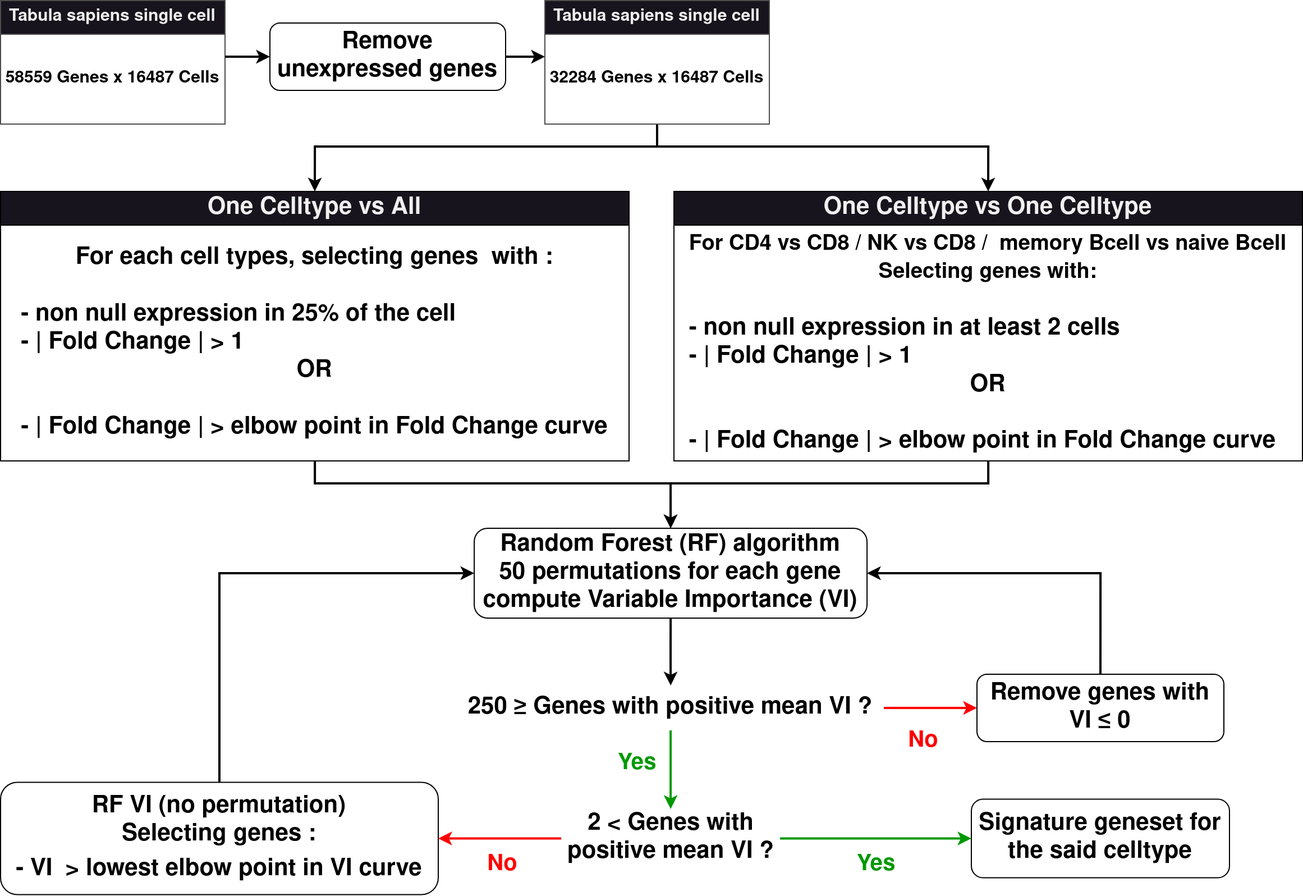
This is doc/Diapo_pathseq-TabulaSapiens.drawio.png from acolajanni/Signature_matrix_TabulaSapiens, a draw.io export, as it was before one commit. Source tidied: cells renumbered, new cells last; positions are measured from the earlier drawing's top-left corner, leaving out a move shared by most shapes.
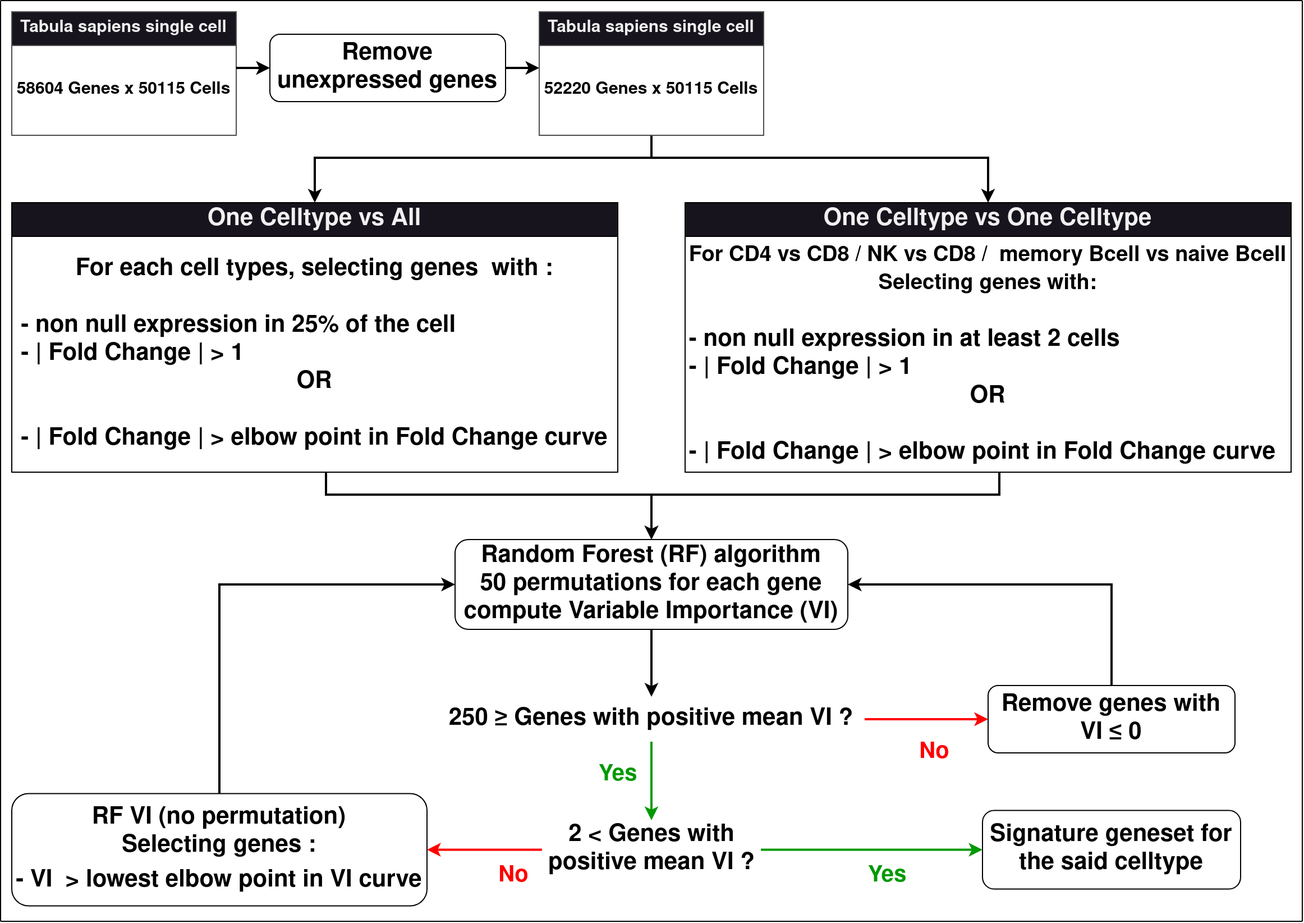
After the commit.

The edit, as a diff of the source:
```diff
@@ -6,31 +6,32 @@
       <mxGeometry relative="1" as="geometry" />
     </mxCell>
     <mxCell id="3" value="&lt;font style=&quot;font-size: 21px;&quot;&gt;&lt;b style=&quot;font-size: 21px;&quot;&gt;Remove unexpressed genes&lt;br style=&quot;font-size: 21px;&quot;&gt;&lt;/b&gt;&lt;/font&gt;" style="rounded=1;whiteSpace=wrap;html=1;fillColor=none;strokeColor=#000000;align=center;verticalAlign=middle;fontColor=#000000;fontSize=21;" parent="1" vertex="1">
-      <mxGeometry x="240" y="20" width="210" height="60" as="geometry" />
+      <mxGeometry x="230" y="20" width="210" height="60" as="geometry" />
     </mxCell>
     <mxCell id="4" style="edgeStyle=orthogonalEdgeStyle;rounded=0;jettySize=auto;html=1;entryX=0.5;entryY=0;entryDx=0;entryDy=0;strokeColor=#000000;strokeWidth=2;" parent="1" edge="1" source="5" target="7">
       <mxGeometry relative="1" as="geometry">
         <Array as="points">
           <mxPoint x="280" y="430" />
-          <mxPoint x="597" y="430" />
+          <mxPoint x="570" y="430" />
         </Array>
       </mxGeometry>
     </mxCell>
     <mxCell id="5" value="&lt;div style=&quot;font-size: 21px;&quot;&gt;&lt;font style=&quot;font-size: 21px;&quot;&gt;&lt;b style=&quot;font-size: 21px;&quot;&gt;For each cell types, selecting genes&amp;nbsp; with :&lt;/b&gt;&lt;/font&gt;&lt;/div&gt;&lt;div style=&quot;font-size: 21px;&quot; align=&quot;left&quot;&gt;&lt;font style=&quot;font-size: 16px;&quot;&gt;&lt;b style=&quot;&quot;&gt;&lt;br&gt;&lt;/b&gt;&lt;/font&gt;&lt;/div&gt;&lt;div style=&quot;font-size: 21px;&quot; align=&quot;left&quot;&gt;&lt;font style=&quot;font-size: 21px;&quot;&gt;&lt;b style=&quot;font-size: 21px;&quot;&gt;- non null expression in 25% of the cell&lt;/b&gt;&lt;/font&gt;&lt;/div&gt;&lt;div style=&quot;font-size: 21px;&quot; align=&quot;left&quot;&gt;&lt;font style=&quot;font-size: 21px;&quot;&gt;&lt;b style=&quot;font-size: 21px;&quot;&gt;- &lt;/b&gt;&lt;/font&gt;&lt;font style=&quot;font-size: 21px;&quot;&gt;&lt;b style=&quot;font-size: 21px;&quot;&gt;| Fold Change | &amp;gt; 1 &lt;/b&gt;&lt;/font&gt;&lt;/div&gt;&lt;font style=&quot;font-size: 21px;&quot;&gt;&lt;b style=&quot;font-size: 21px;&quot;&gt;OR &lt;/b&gt;&lt;/font&gt;&lt;br style=&quot;font-size: 21px;&quot;&gt;&lt;br style=&quot;font-size: 21px;&quot;&gt;&lt;div style=&quot;font-size: 21px;&quot; align=&quot;left&quot;&gt;&lt;font style=&quot;font-size: 21px;&quot;&gt;&lt;b style=&quot;font-size: 21px;&quot;&gt;- | Fold Change | &amp;gt; elbow point in Fold Change curve&lt;/b&gt;&lt;/font&gt;&lt;br style=&quot;font-size: 21px;&quot;&gt;&lt;/div&gt;" style="rounded=0;whiteSpace=wrap;html=1;fillColor=none;strokeColor=#000000;align=center;verticalAlign=middle;fontColor=#000000;fontSize=21;glass=0;" parent="1" vertex="1">
-      <mxGeometry y="200" width="560" height="210" as="geometry" />
+      <mxGeometry y="200" width="540" height="210" as="geometry" />
     </mxCell>
     <mxCell id="6" style="edgeStyle=orthogonalEdgeStyle;rounded=0;jettySize=auto;html=1;exitX=0.5;exitY=1;exitDx=0;exitDy=0;entryX=0.5;entryY=0;entryDx=0;entryDy=0;strokeColor=#000000;strokeWidth=2;" parent="1" edge="1" source="7" target="13">
       <mxGeometry relative="1" as="geometry">
         <Array as="points">
-          <mxPoint x="597" y="580" />
+          <mxPoint x="570" y="590" />
+          <mxPoint x="570" y="590" />
         </Array>
       </mxGeometry>
     </mxCell>
     <mxCell id="7" value="&lt;div style=&quot;font-size: 21px;&quot;&gt;&lt;font style=&quot;font-size: 21px;&quot;&gt;&lt;b style=&quot;font-size: 21px;&quot;&gt;Random Forest (RF) algorithm&lt;br style=&quot;font-size: 21px;&quot;&gt;&lt;/b&gt;&lt;/font&gt;&lt;/div&gt;&lt;div style=&quot;font-size: 21px;&quot;&gt;&lt;font style=&quot;font-size: 21px;&quot;&gt;&lt;b style=&quot;font-size: 21px;&quot;&gt;50 permutations for each gene compute Variable Importance (VI)&lt;br style=&quot;font-size: 21px;&quot;&gt;&lt;/b&gt;&lt;/font&gt;&lt;/div&gt;" style="rounded=1;whiteSpace=wrap;html=1;fillColor=none;strokeColor=#000000;align=center;verticalAlign=middle;fontColor=#000000;fontSize=21;" parent="1" vertex="1">
-      <mxGeometry x="422" y="470" width="350" height="80" as="geometry" />
+      <mxGeometry x="395" y="470" width="350" height="80" as="geometry" />
     </mxCell>
     <mxCell id="8" value="&lt;font style=&quot;font-size: 20px;&quot; color=&quot;#009900&quot;&gt;&lt;b&gt;Yes&lt;/b&gt;&lt;/font&gt;" style="text;html=1;align=center;verticalAlign=middle;strokeColor=none;fillColor=none;fontColor=#000000;" parent="1" vertex="1">
-      <mxGeometry x="537" y="660" width="60" height="40" as="geometry" />
+      <mxGeometry x="510" y="660" width="60" height="40" as="geometry" />
     </mxCell>
     <mxCell id="9" style="edgeStyle=orthogonalEdgeStyle;rounded=0;jettySize=auto;fontColor=#000000;labelBackgroundColor=none;labelBorderColor=none;strokeColor=#009900;fontSize=21;exitX=0.5;exitY=1;exitDx=0;exitDy=0;entryX=0.5;entryY=0;entryDx=0;entryDy=0;strokeWidth=2;" parent="1" edge="1" source="13" target="18">
       <mxGeometry relative="1" as="geometry" />
@@ -41,15 +42,15 @@
     <mxCell id="11" style="edgeStyle=orthogonalEdgeStyle;rounded=0;jettySize=auto;html=1;entryX=0;entryY=0.5;entryDx=0;entryDy=0;strokeColor=#000000;strokeWidth=2;exitX=0.5;exitY=0;exitDx=0;exitDy=0;" parent="1" edge="1" source="12" target="7">
       <mxGeometry relative="1" as="geometry">
         <Array as="points">
-          <mxPoint x="195" y="510" />
+          <mxPoint x="185" y="510" />
         </Array>
       </mxGeometry>
     </mxCell>
     <mxCell id="12" value="&lt;div&gt;&lt;b&gt;RF VI (no permutation) &lt;br&gt;&lt;/b&gt;&lt;/div&gt;&lt;div&gt;&lt;b&gt;Selecting genes : &lt;br&gt;&lt;/b&gt;&lt;/div&gt;&lt;div style=&quot;font-size: 5px;&quot;&gt;&lt;b&gt;&lt;br&gt;&lt;/b&gt;&lt;/div&gt;&lt;div&gt;&lt;b&gt;- VI&amp;nbsp; &amp;gt; &lt;/b&gt;&lt;font style=&quot;font-size: 21px;&quot;&gt;&lt;b style=&quot;font-size: 21px;&quot;&gt;lowest elbow point in VI curve&lt;br&gt;&lt;/b&gt;&lt;/font&gt;&lt;/div&gt;" style="rounded=1;whiteSpace=wrap;html=1;fillColor=none;strokeColor=#000000;align=center;verticalAlign=middle;fontColor=#000000;fontSize=21;" parent="1" vertex="1">
-      <mxGeometry y="696.2" width="390" height="100" as="geometry" />
+      <mxGeometry y="696.2" width="370" height="100" as="geometry" />
     </mxCell>
     <mxCell id="13" value="&lt;div style=&quot;font-size: 21px;&quot;&gt;&lt;font style=&quot;font-size: 21px;&quot; color=&quot;#000000&quot;&gt;&lt;b style=&quot;font-size: 21px;&quot;&gt;250 ≥ &lt;/b&gt;&lt;/font&gt;&lt;font style=&quot;font-size: 21px;&quot; color=&quot;#000000&quot;&gt;&lt;b style=&quot;font-size: 21px;&quot;&gt;Genes with positive mean VI ?&lt;br&gt;&lt;/b&gt;&lt;/font&gt;&lt;/div&gt;" style="rounded=1;whiteSpace=wrap;html=1;fillColor=none;strokeColor=none;" parent="1" vertex="1">
-      <mxGeometry x="407" y="610" width="380" height="40" as="geometry" />
+      <mxGeometry x="380" y="610" width="380" height="40" as="geometry" />
     </mxCell>
     <mxCell id="14" style="edgeStyle=orthogonalEdgeStyle;rounded=0;jettySize=auto;html=1;entryX=1;entryY=0.5;entryDx=0;entryDy=0;strokeColor=#000000;strokeWidth=2;exitX=0.5;exitY=0;exitDx=0;exitDy=0;" parent="1" edge="1" source="15" target="7">
       <mxGeometry relative="1" as="geometry">
@@ -73,7 +74,7 @@
       <mxGeometry x="865" y="711.2" width="230" height="70" as="geometry" />
     </mxCell>
     <mxCell id="18" value="&lt;font style=&quot;font-size: 21px;&quot;&gt;&lt;b&gt;2 &lt;/b&gt;&lt;/font&gt;&lt;b&gt;&amp;lt;&lt;/b&gt;&lt;font style=&quot;font-size: 21px;&quot;&gt;&lt;b style=&quot;font-size: 21px;&quot;&gt; &lt;/b&gt;&lt;/font&gt;&lt;font style=&quot;font-size: 21px;&quot;&gt;&lt;b style=&quot;font-size: 21px;&quot;&gt;Genes with positive mean VI ?&lt;br&gt;&lt;/b&gt;&lt;/font&gt;" style="rounded=1;whiteSpace=wrap;html=1;fillColor=none;strokeColor=none;align=center;verticalAlign=middle;fontColor=#000000;fontSize=21;" parent="1" vertex="1">
-      <mxGeometry x="499.5" y="720" width="195" height="52.5" as="geometry" />
+      <mxGeometry x="472.5" y="720" width="195" height="52.5" as="geometry" />
     </mxCell>
     <mxCell id="19" style="edgeStyle=orthogonalEdgeStyle;rounded=0;jettySize=auto;fontColor=#000000;labelBackgroundColor=none;labelBorderColor=none;strokeColor=#009900;fontSize=21;exitX=1;exitY=0.5;exitDx=0;exitDy=0;entryX=0;entryY=0.5;entryDx=0;entryDy=0;strokeWidth=2;" parent="1" edge="1" source="18" target="17">
       <mxGeometry relative="1" as="geometry">
@@ -100,7 +101,7 @@
     <mxCell id="23" value="&lt;font style=&quot;font-size: 15px;&quot;&gt;Tabula sapiens single cell &lt;/font&gt;" style="swimlane;whiteSpace=wrap;html=1;strokeColor=#4D4D4D;startSize=30;fontSize=15;" parent="1" vertex="1">
       <mxGeometry width="200" height="110" as="geometry" />
     </mxCell>
-    <mxCell id="24" value="&lt;b&gt;&lt;font style=&quot;font-size: 15px;&quot; color=&quot;#000000&quot;&gt;58559 Genes x 16487 Cells &lt;/font&gt;&lt;/b&gt;" style="rounded=0;whiteSpace=wrap;html=1;strokeColor=none;fillColor=none;fontSize=15;" parent="23" vertex="1">
+    <mxCell id="24" value="&lt;b&gt;&lt;font style=&quot;font-size: 15px;&quot; color=&quot;#000000&quot;&gt;58604 Genes x 50115 Cells &lt;/font&gt;&lt;/b&gt;" style="rounded=0;whiteSpace=wrap;html=1;strokeColor=none;fillColor=none;fontSize=15;" parent="23" vertex="1">
       <mxGeometry y="30" width="200" height="80" as="geometry" />
     </mxCell>
     <mxCell id="25" style="edgeStyle=orthogonalEdgeStyle;rounded=0;jettySize=auto;html=1;entryX=0;entryY=0.5;entryDx=0;entryDy=0;strokeColor=#000000;strokeWidth=2;exitX=1;exitY=0.25;exitDx=0;exitDy=0;" parent="1" edge="1" source="24" target="3">
@@ -109,44 +110,70 @@
     <mxCell id="26" style="edgeStyle=orthogonalEdgeStyle;rounded=0;jettySize=auto;html=1;exitX=0.5;exitY=1;exitDx=0;exitDy=0;entryX=0.5;entryY=0;entryDx=0;entryDy=0;strokeColor=#000000;strokeWidth=2;" parent="1" edge="1" source="28" target="33">
       <mxGeometry relative="1" as="geometry">
         <Array as="points">
-          <mxPoint x="585" y="130" />
-          <mxPoint x="880" y="130" />
+          <mxPoint x="570" y="110" />
+          <mxPoint x="570" y="130" />
+          <mxPoint x="870" y="130" />
         </Array>
       </mxGeometry>
     </mxCell>
     <mxCell id="27" style="edgeStyle=orthogonalEdgeStyle;rounded=0;jettySize=auto;html=1;exitX=0.5;exitY=1;exitDx=0;exitDy=0;entryX=0.5;entryY=0;entryDx=0;entryDy=0;strokeColor=#000000;strokeWidth=2;" parent="1" edge="1" source="28" target="30">
       <mxGeometry relative="1" as="geometry">
         <Array as="points">
-          <mxPoint x="585" y="130" />
-          <mxPoint x="280" y="130" />
+          <mxPoint x="570" y="110" />
+          <mxPoint x="570" y="130" />
+          <mxPoint x="270" y="130" />
         </Array>
       </mxGeometry>
     </mxCell>
     <mxCell id="28" value="&lt;font style=&quot;font-size: 15px;&quot;&gt;Tabula sapiens single cell &lt;/font&gt;" style="swimlane;whiteSpace=wrap;html=1;strokeColor=#4D4D4D;startSize=30;fontSize=15;" parent="1" vertex="1">
-      <mxGeometry x="485" width="200" height="110" as="geometry" />
+      <mxGeometry x="470" width="200" height="110" as="geometry" />
     </mxCell>
-    <mxCell id="29" value="&lt;b&gt;&lt;font style=&quot;font-size: 15px;&quot; color=&quot;#000000&quot;&gt;32284 Genes x 16487 Cells &lt;/font&gt;&lt;/b&gt;" style="rounded=0;whiteSpace=wrap;html=1;strokeColor=none;fillColor=none;fontSize=15;" parent="28" vertex="1">
+    <mxCell id="29" value="&lt;b&gt;&lt;font style=&quot;font-size: 15px;&quot; color=&quot;#000000&quot;&gt;52220 Genes x 50115 Cells &lt;/font&gt;&lt;/b&gt;" style="rounded=0;whiteSpace=wrap;html=1;strokeColor=none;fillColor=none;fontSize=15;" parent="28" vertex="1">
       <mxGeometry y="30" width="200" height="80" as="geometry" />
     </mxCell>
     <mxCell id="30" value="&lt;b&gt;&lt;font style=&quot;font-size: 21px;&quot;&gt;One Celltype vs All&lt;/font&gt;&lt;/b&gt;" style="rounded=0;whiteSpace=wrap;html=1;strokeColor=#000000;" parent="1" vertex="1">
-      <mxGeometry y="170" width="560" height="30" as="geometry" />
+      <mxGeometry y="170" width="540" height="30" as="geometry" />
     </mxCell>
     <mxCell id="31" style="group;verticalAlign=middle;" parent="1" vertex="1">
-      <mxGeometry x="600" y="170" width="560" height="240" as="geometry" />
+      <mxGeometry x="600" y="170" width="540" height="240" as="geometry" />
     </mxCell>
     <mxCell id="32" value="&lt;div style=&quot;font-size: 21px;&quot; align=&quot;left&quot;&gt;&lt;font size=&quot;1&quot;&gt;&lt;b style=&quot;font-size: 19px;&quot;&gt;For CD4 vs CD8 / NK vs CD8 /&amp;nbsp; memory Bcell vs naive Bcell&lt;/b&gt;&lt;/font&gt;&lt;/div&gt;&lt;div style=&quot;font-size: 21px;&quot; align=&quot;center&quot;&gt;&lt;font size=&quot;1&quot;&gt;&lt;b&gt;&lt;span style=&quot;font-size: 19px;&quot;&gt;Selecting genes with:&lt;/span&gt;&lt;/b&gt;&lt;/font&gt;&lt;/div&gt;&lt;div style=&quot;font-size: 21px;&quot; align=&quot;center&quot;&gt;&lt;font size=&quot;1&quot;&gt;&lt;b style=&quot;font-size: 14px;&quot;&gt;&lt;span style=&quot;&quot;&gt;&lt;br&gt;&lt;/span&gt;&lt;span style=&quot;font-size: 19px;&quot;&gt;&lt;/span&gt;&lt;/b&gt;&lt;/font&gt;&lt;/div&gt;&lt;div style=&quot;font-size: 21px;&quot; align=&quot;left&quot;&gt;&lt;font style=&quot;font-size: 21px;&quot;&gt;&lt;b style=&quot;font-size: 21px;&quot;&gt;- non null expression in at least 2 cells&lt;/b&gt;&lt;/font&gt;&lt;/div&gt;&lt;div style=&quot;font-size: 21px;&quot; align=&quot;left&quot;&gt;&lt;font style=&quot;font-size: 21px;&quot;&gt;&lt;b style=&quot;font-size: 21px;&quot;&gt;- &lt;/b&gt;&lt;/font&gt;&lt;font style=&quot;font-size: 21px;&quot;&gt;&lt;b style=&quot;font-size: 21px;&quot;&gt;| Fold Change | &amp;gt; 1 &lt;/b&gt;&lt;/font&gt;&lt;/div&gt;&lt;div&gt;&lt;font style=&quot;font-size: 21px;&quot;&gt;&lt;b style=&quot;font-size: 21px;&quot;&gt;OR &lt;br&gt;&lt;/b&gt;&lt;/font&gt;&lt;/div&gt;&lt;div&gt;&lt;font style=&quot;font-size: 21px;&quot;&gt;&lt;b style=&quot;font-size: 21px;&quot;&gt;&lt;br&gt;&lt;/b&gt;&lt;/font&gt;&lt;/div&gt;&lt;div style=&quot;font-size: 21px;&quot; align=&quot;left&quot;&gt;&lt;font style=&quot;font-size: 21px;&quot;&gt;&lt;b style=&quot;font-size: 21px;&quot;&gt;- | Fold Change | &amp;gt; elbow point in Fold Change curve&lt;/b&gt;&lt;/font&gt;&lt;br style=&quot;font-size: 21px;&quot;&gt;&lt;/div&gt;" style="rounded=0;whiteSpace=wrap;html=1;fillColor=none;strokeColor=#000000;align=center;verticalAlign=middle;fontColor=#000000;fontSize=21;glass=0;" parent="31" vertex="1">
-      <mxGeometry y="30" width="560" height="210" as="geometry" />
+      <mxGeometry y="30" width="540" height="210" as="geometry" />
     </mxCell>
     <mxCell id="33" value="&lt;b&gt;&lt;font style=&quot;font-size: 21px;&quot;&gt;One Celltype vs One Celltype&lt;br&gt;&lt;/font&gt;&lt;/b&gt;" style="rounded=0;whiteSpace=wrap;html=1;strokeColor=#000000;" parent="31" vertex="1">
-      <mxGeometry width="560" height="30" as="geometry" />
+      <mxGeometry width="540" height="30" as="geometry" />
     </mxCell>
     <mxCell id="34" style="edgeStyle=orthogonalEdgeStyle;rounded=0;jettySize=auto;html=1;entryX=0.5;entryY=0;entryDx=0;entryDy=0;strokeColor=#000000;strokeWidth=2;" parent="1" edge="1" source="32" target="7">
       <mxGeometry relative="1" as="geometry">
         <Array as="points">
           <mxPoint x="880" y="430" />
-          <mxPoint x="597" y="430" />
+          <mxPoint x="570" y="430" />
         </Array>
       </mxGeometry>
     </mxCell>
+    <mxCell id="35" style="endArrow=none;html=1;rounded=0;strokeColor=#000000;" parent="1" edge="1">
+      <mxGeometry relative="1" as="geometry">
+        <mxPoint x="-10" y="-10" as="sourcePoint" />
+        <mxPoint x="1150" y="-10" as="targetPoint" />
+      </mxGeometry>
+    </mxCell>
+    <mxCell id="36" style="endArrow=none;html=1;rounded=0;strokeColor=#000000;" parent="1" edge="1">
+      <mxGeometry relative="1" as="geometry">
+        <mxPoint x="-10" y="810" as="sourcePoint" />
+        <mxPoint x="1150" y="810" as="targetPoint" />
+      </mxGeometry>
+    </mxCell>
+    <mxCell id="37" style="endArrow=none;html=1;rounded=0;strokeColor=#000000;" parent="1" edge="1">
+      <mxGeometry relative="1" as="geometry">
+        <mxPoint x="1150" y="810" as="sourcePoint" />
+        <mxPoint x="1150" y="-10" as="targetPoint" />
+      </mxGeometry>
+    </mxCell>
+    <mxCell id="38" style="endArrow=none;html=1;rounded=0;strokeColor=#000000;" parent="1" edge="1">
+      <mxGeometry relative="1" as="geometry">
+        <mxPoint x="-10" y="810" as="sourcePoint" />
+        <mxPoint x="-10" y="-10" as="targetPoint" />
+      </mxGeometry>
+    </mxCell>
   </root>
 </mxGraphModel>
```
